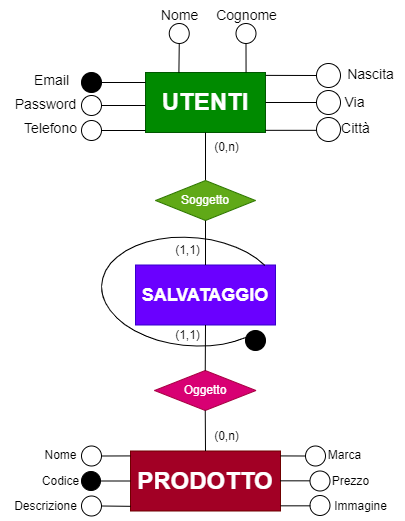
Earlier version of the draw.io export Diagramma E-R Database/Zanini_Nathan_Diagramma_E-R_Database_Ristrutturato.drawio.png (5GI-Zanini-Nathan-2023-2024/Tennis.com). Source tidied: cells renumbered, new cells last; positions are measured from the earlier drawing's top-left corner, leaving out a move shared by most shapes. The source it was exported from:
```xml
<mxGraphModel>
  <root>
    <mxCell id="0" />
    <mxCell id="1" parent="0" />
    <mxCell id="2" value="&lt;b&gt;&lt;font style=&quot;font-size: 24px;&quot;&gt;UTENTI&lt;/font&gt;&lt;/b&gt;" style="rounded=0;whiteSpace=wrap;html=1;fillColor=#008a00;fontColor=#ffffff;strokeColor=#005700;" parent="1" vertex="1">
      <mxGeometry x="145" y="72" width="120" height="60" as="geometry" />
    </mxCell>
    <mxCell id="3" value="&lt;font style=&quot;font-size: 14px;&quot;&gt;Nome&lt;/font&gt;" style="text;html=1;align=center;verticalAlign=middle;strokeColor=none;fillColor=none;" parent="1" vertex="1">
      <mxGeometry x="148.8" width="60" height="30" as="geometry" />
    </mxCell>
    <mxCell id="4" value="&lt;font style=&quot;font-size: 14px;&quot;&gt;Cognome&lt;/font&gt;" style="text;html=1;align=center;verticalAlign=middle;strokeColor=none;fillColor=none;" parent="1" vertex="1">
      <mxGeometry x="205.5" width="80" height="30" as="geometry" />
    </mxCell>
    <mxCell id="5" value="&lt;font style=&quot;font-size: 14px;&quot;&gt;Telefono&lt;/font&gt;" style="text;html=1;align=center;verticalAlign=middle;strokeColor=none;fillColor=none;" parent="1" vertex="1">
      <mxGeometry x="10" y="113" width="80" height="30" as="geometry" />
    </mxCell>
    <mxCell id="6" value="&lt;font style=&quot;font-size: 14px;&quot;&gt;Città&lt;/font&gt;" style="text;html=1;align=center;verticalAlign=middle;strokeColor=none;fillColor=none;" parent="1" vertex="1">
      <mxGeometry x="329.5" y="113" width="50" height="30" as="geometry" />
    </mxCell>
    <mxCell id="7" value="&lt;font style=&quot;font-size: 14px;&quot;&gt;Via&lt;/font&gt;" style="text;html=1;align=center;verticalAlign=middle;strokeColor=none;fillColor=none;" parent="1" vertex="1">
      <mxGeometry x="334" y="87" width="40" height="30" as="geometry" />
    </mxCell>
    <mxCell id="8" value="&lt;font style=&quot;font-size: 14px;&quot;&gt;Nascita&lt;/font&gt;" style="text;html=1;align=center;verticalAlign=middle;strokeColor=none;fillColor=none;" parent="1" vertex="1">
      <mxGeometry x="335" y="59" width="70" height="30" as="geometry" />
    </mxCell>
    <mxCell id="9" style="endArrow=none;html=1;rounded=0;entryX=0;entryY=0.5;entryDx=0;entryDy=0;exitX=1.002;exitY=0.048;exitDx=0;exitDy=0;exitPerimeter=0;" parent="1" edge="1" source="2" target="10">
      <mxGeometry relative="1" as="geometry" />
    </mxCell>
    <mxCell id="10" style="ellipse;whiteSpace=wrap;html=1;" parent="1" vertex="1">
      <mxGeometry x="316" y="63" width="24" height="24" as="geometry" />
    </mxCell>
    <mxCell id="11" style="endArrow=none;html=1;rounded=0;entryX=0.5;entryY=1;entryDx=0;entryDy=0;exitX=0.838;exitY=-0.001;exitDx=0;exitDy=0;exitPerimeter=0;" parent="1" edge="1" source="2" target="12">
      <mxGeometry relative="1" as="geometry" />
    </mxCell>
    <mxCell id="12" style="ellipse;whiteSpace=wrap;html=1;" parent="1" vertex="1">
      <mxGeometry x="235.5" y="23" width="20" height="20" as="geometry" />
    </mxCell>
    <mxCell id="13" style="endArrow=none;html=1;rounded=0;entryX=0.5;entryY=1;entryDx=0;entryDy=0;exitX=0.445;exitY=0.003;exitDx=0;exitDy=0;exitPerimeter=0;" parent="1" edge="1" target="14">
      <mxGeometry relative="1" as="geometry">
        <mxPoint x="178.4" y="72.2" as="sourcePoint" />
      </mxGeometry>
    </mxCell>
    <mxCell id="14" style="ellipse;whiteSpace=wrap;html=1;" parent="1" vertex="1">
      <mxGeometry x="168.8" y="23" width="20" height="20" as="geometry" />
    </mxCell>
    <mxCell id="15" style="endArrow=none;html=1;rounded=0;exitX=-0.001;exitY=0.583;exitDx=0;exitDy=0;entryX=1;entryY=0.5;entryDx=0;entryDy=0;exitPerimeter=0;" parent="1" edge="1" target="16">
      <mxGeometry relative="1" as="geometry">
        <mxPoint x="145" y="130" as="sourcePoint" />
      </mxGeometry>
    </mxCell>
    <mxCell id="16" style="ellipse;whiteSpace=wrap;html=1;" parent="1" vertex="1">
      <mxGeometry x="81" y="120" width="20" height="20" as="geometry" />
    </mxCell>
    <mxCell id="17" style="endArrow=none;html=1;rounded=0;exitX=1;exitY=0.5;exitDx=0;exitDy=0;entryX=0;entryY=0.5;entryDx=0;entryDy=0;" parent="1" edge="1" source="2" target="18">
      <mxGeometry relative="1" as="geometry" />
    </mxCell>
    <mxCell id="18" style="ellipse;whiteSpace=wrap;html=1;" parent="1" vertex="1">
      <mxGeometry x="316" y="90" width="24" height="24" as="geometry" />
    </mxCell>
    <mxCell id="19" style="endArrow=none;html=1;rounded=0;exitX=1.002;exitY=0.077;exitDx=0;exitDy=0;entryX=0;entryY=0.5;entryDx=0;entryDy=0;exitPerimeter=0;" parent="1" edge="1">
      <mxGeometry relative="1" as="geometry">
        <mxPoint x="265" y="129.8" as="sourcePoint" />
        <mxPoint x="316" y="129.8" as="targetPoint" />
      </mxGeometry>
    </mxCell>
    <mxCell id="20" style="ellipse;whiteSpace=wrap;html=1;" parent="1" vertex="1">
      <mxGeometry x="316" y="117" width="24" height="24" as="geometry" />
    </mxCell>
    <mxCell id="21" value="&lt;font style=&quot;font-size: 24px;&quot;&gt;&lt;b&gt;PRODOTTO&lt;/b&gt;&lt;/font&gt;" style="rounded=0;whiteSpace=wrap;html=1;fillColor=#a20025;fontColor=#ffffff;strokeColor=#6F0000;" parent="1" vertex="1">
      <mxGeometry x="130" y="450.5" width="150" height="60" as="geometry" />
    </mxCell>
    <mxCell id="22" style="ellipse;whiteSpace=wrap;html=1;" parent="1" vertex="1">
      <mxGeometry x="81" y="445.5" width="20" height="20" as="geometry" />
    </mxCell>
    <mxCell id="23" value="Nome" style="text;html=1;align=center;verticalAlign=middle;strokeColor=none;fillColor=none;" parent="1" vertex="1">
      <mxGeometry x="30" y="440" width="60" height="30" as="geometry" />
    </mxCell>
    <mxCell id="24" value="Codice" style="text;html=1;align=center;verticalAlign=middle;strokeColor=none;fillColor=none;" parent="1" vertex="1">
      <mxGeometry x="30" y="465.5" width="60" height="30" as="geometry" />
    </mxCell>
    <mxCell id="25" value="Marca" style="text;html=1;align=center;verticalAlign=middle;strokeColor=none;fillColor=none;" parent="1" vertex="1">
      <mxGeometry x="314" y="440" width="60" height="30" as="geometry" />
    </mxCell>
    <mxCell id="26" value="Descrizione" style="text;html=1;align=center;verticalAlign=middle;strokeColor=none;fillColor=none;" parent="1" vertex="1">
      <mxGeometry y="490.5" width="90" height="30" as="geometry" />
    </mxCell>
    <mxCell id="27" value="Immagine" style="text;html=1;align=center;verticalAlign=middle;strokeColor=none;fillColor=none;" parent="1" vertex="1">
      <mxGeometry x="319.5" y="490.5" width="80" height="30" as="geometry" />
    </mxCell>
    <mxCell id="28" value="Prezzo" style="text;html=1;align=center;verticalAlign=middle;strokeColor=none;fillColor=none;" parent="1" vertex="1">
      <mxGeometry x="319.5" y="465.5" width="60" height="30" as="geometry" />
    </mxCell>
    <mxCell id="29" value="&lt;font style=&quot;font-size: 14px;&quot;&gt;Email&lt;/font&gt;" style="text;html=1;align=center;verticalAlign=middle;strokeColor=none;fillColor=none;" parent="1" vertex="1">
      <mxGeometry x="21" y="65" width="60" height="30" as="geometry" />
    </mxCell>
    <mxCell id="30" style="endArrow=none;html=1;rounded=0;exitX=-0.001;exitY=0.583;exitDx=0;exitDy=0;entryX=1;entryY=0.5;entryDx=0;entryDy=0;exitPerimeter=0;" parent="1" edge="1" target="31">
      <mxGeometry relative="1" as="geometry">
        <mxPoint x="145" y="82" as="sourcePoint" />
      </mxGeometry>
    </mxCell>
    <mxCell id="31" style="ellipse;whiteSpace=wrap;html=1;fillColor=#000000;" parent="1" vertex="1">
      <mxGeometry x="81" y="72" width="20" height="20" as="geometry" />
    </mxCell>
    <mxCell id="32" value="&lt;font style=&quot;font-size: 14px;&quot;&gt;Password&lt;/font&gt;" style="text;html=1;align=center;verticalAlign=middle;strokeColor=none;fillColor=none;" parent="1" vertex="1">
      <mxGeometry x="5" y="89" width="80" height="30" as="geometry" />
    </mxCell>
    <mxCell id="33" style="endArrow=none;html=1;rounded=0;exitX=-0.001;exitY=0.583;exitDx=0;exitDy=0;entryX=1;entryY=0.5;entryDx=0;entryDy=0;exitPerimeter=0;" parent="1" edge="1" target="34">
      <mxGeometry relative="1" as="geometry">
        <mxPoint x="145" y="105" as="sourcePoint" />
      </mxGeometry>
    </mxCell>
    <mxCell id="34" style="ellipse;whiteSpace=wrap;html=1;" parent="1" vertex="1">
      <mxGeometry x="81" y="95" width="20" height="20" as="geometry" />
    </mxCell>
    <mxCell id="35" style="ellipse;whiteSpace=wrap;html=1;" parent="1" vertex="1">
      <mxGeometry x="309.5" y="470.5" width="20" height="20" as="geometry" />
    </mxCell>
    <mxCell id="36" style="ellipse;whiteSpace=wrap;html=1;" parent="1" vertex="1">
      <mxGeometry x="305" y="445.5" width="20" height="20" as="geometry" />
    </mxCell>
    <mxCell id="37" style="ellipse;whiteSpace=wrap;html=1;" parent="1" vertex="1">
      <mxGeometry x="81" y="495.5" width="20" height="20" as="geometry" />
    </mxCell>
    <mxCell id="38" style="ellipse;whiteSpace=wrap;html=1;fillColor=#000000;" parent="1" vertex="1">
      <mxGeometry x="81" y="471" width="19" height="19" as="geometry" />
    </mxCell>
    <mxCell id="39" style="endArrow=none;html=1;rounded=0;entryX=0;entryY=0.5;entryDx=0;entryDy=0;exitX=1;exitY=0.5;exitDx=0;exitDy=0;" parent="1" edge="1" source="38" target="21">
      <mxGeometry relative="1" as="geometry" />
    </mxCell>
    <mxCell id="40" style="endArrow=none;html=1;rounded=0;exitX=1;exitY=0.5;exitDx=0;exitDy=0;entryX=0;entryY=0.082;entryDx=0;entryDy=0;entryPerimeter=0;" parent="1" edge="1" source="22" target="21">
      <mxGeometry relative="1" as="geometry" />
    </mxCell>
    <mxCell id="41" style="endArrow=none;html=1;rounded=0;exitX=1;exitY=0.5;exitDx=0;exitDy=0;entryX=0.001;entryY=0.922;entryDx=0;entryDy=0;entryPerimeter=0;" parent="1" edge="1" source="37" target="21">
      <mxGeometry relative="1" as="geometry" />
    </mxCell>
    <mxCell id="42" style="ellipse;whiteSpace=wrap;html=1;" parent="1" vertex="1">
      <mxGeometry x="309.5" y="495" width="20" height="20" as="geometry" />
    </mxCell>
    <mxCell id="43" style="endArrow=none;html=1;rounded=0;entryX=0;entryY=0.5;entryDx=0;entryDy=0;exitX=1;exitY=0.082;exitDx=0;exitDy=0;exitPerimeter=0;" parent="1" edge="1" source="21" target="36">
      <mxGeometry relative="1" as="geometry" />
    </mxCell>
    <mxCell id="44" style="endArrow=none;html=1;rounded=0;entryX=0;entryY=0.5;entryDx=0;entryDy=0;exitX=1;exitY=0.082;exitDx=0;exitDy=0;exitPerimeter=0;" parent="1" edge="1">
      <mxGeometry relative="1" as="geometry">
        <mxPoint x="279.5" y="480.3" as="sourcePoint" />
        <mxPoint x="309.5" y="480.3" as="targetPoint" />
      </mxGeometry>
    </mxCell>
    <mxCell id="45" style="endArrow=none;html=1;rounded=0;entryX=0;entryY=0.5;entryDx=0;entryDy=0;exitX=1;exitY=0.082;exitDx=0;exitDy=0;exitPerimeter=0;" parent="1" edge="1">
      <mxGeometry relative="1" as="geometry">
        <mxPoint x="280" y="505.3" as="sourcePoint" />
        <mxPoint x="310" y="505.3" as="targetPoint" />
      </mxGeometry>
    </mxCell>
    <mxCell id="46" style="endArrow=none;html=1;rounded=0;entryX=0.5;entryY=1;entryDx=0;entryDy=0;exitX=0.5;exitY=0;exitDx=0;exitDy=0;" parent="1" edge="1" source="51" target="2">
      <mxGeometry relative="1" as="geometry" />
    </mxCell>
    <mxCell id="47" value="(0,n)" style="text;html=1;align=center;verticalAlign=middle;strokeColor=none;fillColor=none;rotation=0;" parent="1" vertex="1">
      <mxGeometry x="200.5" y="132" width="50" height="30" as="geometry" />
    </mxCell>
    <mxCell id="48" value="(0,n)" style="text;html=1;align=center;verticalAlign=middle;strokeColor=none;fillColor=none;rotation=0;" parent="1" vertex="1">
      <mxGeometry x="200.5" y="420.5" width="50" height="30" as="geometry" />
    </mxCell>
    <mxCell id="49" value="&lt;b&gt;&lt;font style=&quot;font-size: 18px;&quot;&gt;SALVATAGGIO&lt;/font&gt;&lt;/b&gt;" style="whiteSpace=wrap;html=1;fillColor=#6a00ff;fontColor=#ffffff;strokeColor=#3700CC;" parent="1" vertex="1">
      <mxGeometry x="135" y="264.5" width="140" height="60" as="geometry" />
    </mxCell>
    <mxCell id="50" value="Oggetto" style="rhombus;whiteSpace=wrap;html=1;fillColor=#d80073;fontColor=#ffffff;strokeColor=#A50040;" parent="1" vertex="1">
      <mxGeometry x="154" y="370" width="101.5" height="40" as="geometry" />
    </mxCell>
    <mxCell id="51" value="Soggetto" style="rhombus;whiteSpace=wrap;html=1;fillColor=#60a917;fontColor=#ffffff;strokeColor=#2D7600;" parent="1" vertex="1">
      <mxGeometry x="155" y="180" width="100" height="40" as="geometry" />
    </mxCell>
    <mxCell id="52" style="endArrow=none;html=1;rounded=0;entryX=0.5;entryY=1;entryDx=0;entryDy=0;exitX=0.5;exitY=0;exitDx=0;exitDy=0;" parent="1" edge="1" source="50" target="49">
      <mxGeometry relative="1" as="geometry" />
    </mxCell>
    <mxCell id="53" style="endArrow=none;html=1;rounded=0;exitX=0.5;exitY=0;exitDx=0;exitDy=0;entryX=0.5;entryY=1;entryDx=0;entryDy=0;" parent="1" edge="1" source="21" target="50">
      <mxGeometry relative="1" as="geometry" />
    </mxCell>
    <mxCell id="54" style="endArrow=none;html=1;rounded=0;entryX=0.5;entryY=1;entryDx=0;entryDy=0;exitX=0.5;exitY=0;exitDx=0;exitDy=0;" parent="1" edge="1" source="49" target="51">
      <mxGeometry relative="1" as="geometry" />
    </mxCell>
    <mxCell id="55" value="(1,1)" style="text;html=1;align=center;verticalAlign=middle;strokeColor=none;fillColor=none;" parent="1" vertex="1">
      <mxGeometry x="162" y="320" width="50" height="30" as="geometry" />
    </mxCell>
    <mxCell id="56" value="(1,1)" style="text;html=1;align=center;verticalAlign=middle;strokeColor=none;fillColor=none;" parent="1" vertex="1">
      <mxGeometry x="162" y="235" width="50" height="30" as="geometry" />
    </mxCell>
    <mxCell id="57" style="verticalLabelPosition=bottom;verticalAlign=top;html=1;shape=mxgraph.basic.arc;startAngle=0.3860347109465296;endAngle=0.14696434084155127;rotation=5;" parent="1" vertex="1">
      <mxGeometry x="100.9" y="237" width="179" height="108.2" as="geometry" />
    </mxCell>
    <mxCell id="58" style="ellipse;whiteSpace=wrap;html=1;fillColor=#000000;" parent="1" vertex="1">
      <mxGeometry x="245" y="330" width="20" height="20" as="geometry" />
    </mxCell>
  </root>
</mxGraphModel>
```
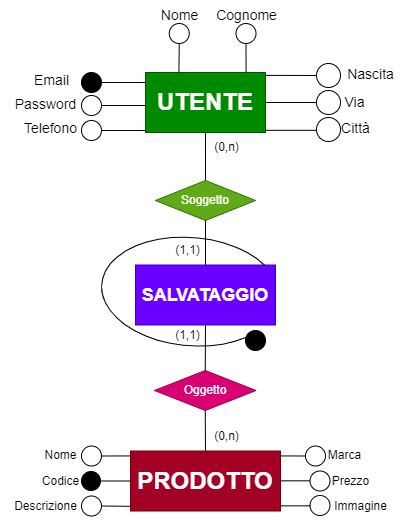
Later version of the same file.

Change to the diagram source:
```diff
@@ -2,7 +2,7 @@
   <root>
     <mxCell id="0" />
     <mxCell id="1" parent="0" />
-    <mxCell id="2" value="&lt;b&gt;&lt;font style=&quot;font-size: 24px;&quot;&gt;UTENTI&lt;/font&gt;&lt;/b&gt;" style="rounded=0;whiteSpace=wrap;html=1;fillColor=#008a00;fontColor=#ffffff;strokeColor=#005700;" parent="1" vertex="1">
+    <mxCell id="2" value="&lt;b&gt;&lt;font style=&quot;font-size: 24px;&quot;&gt;UTENTE&lt;/font&gt;&lt;/b&gt;" style="rounded=0;whiteSpace=wrap;html=1;fillColor=#008a00;fontColor=#ffffff;strokeColor=#005700;" parent="1" vertex="1">
       <mxGeometry x="145" y="72" width="120" height="60" as="geometry" />
     </mxCell>
     <mxCell id="3" value="&lt;font style=&quot;font-size: 14px;&quot;&gt;Nome&lt;/font&gt;" style="text;html=1;align=center;verticalAlign=middle;strokeColor=none;fillColor=none;" parent="1" vertex="1">
```
